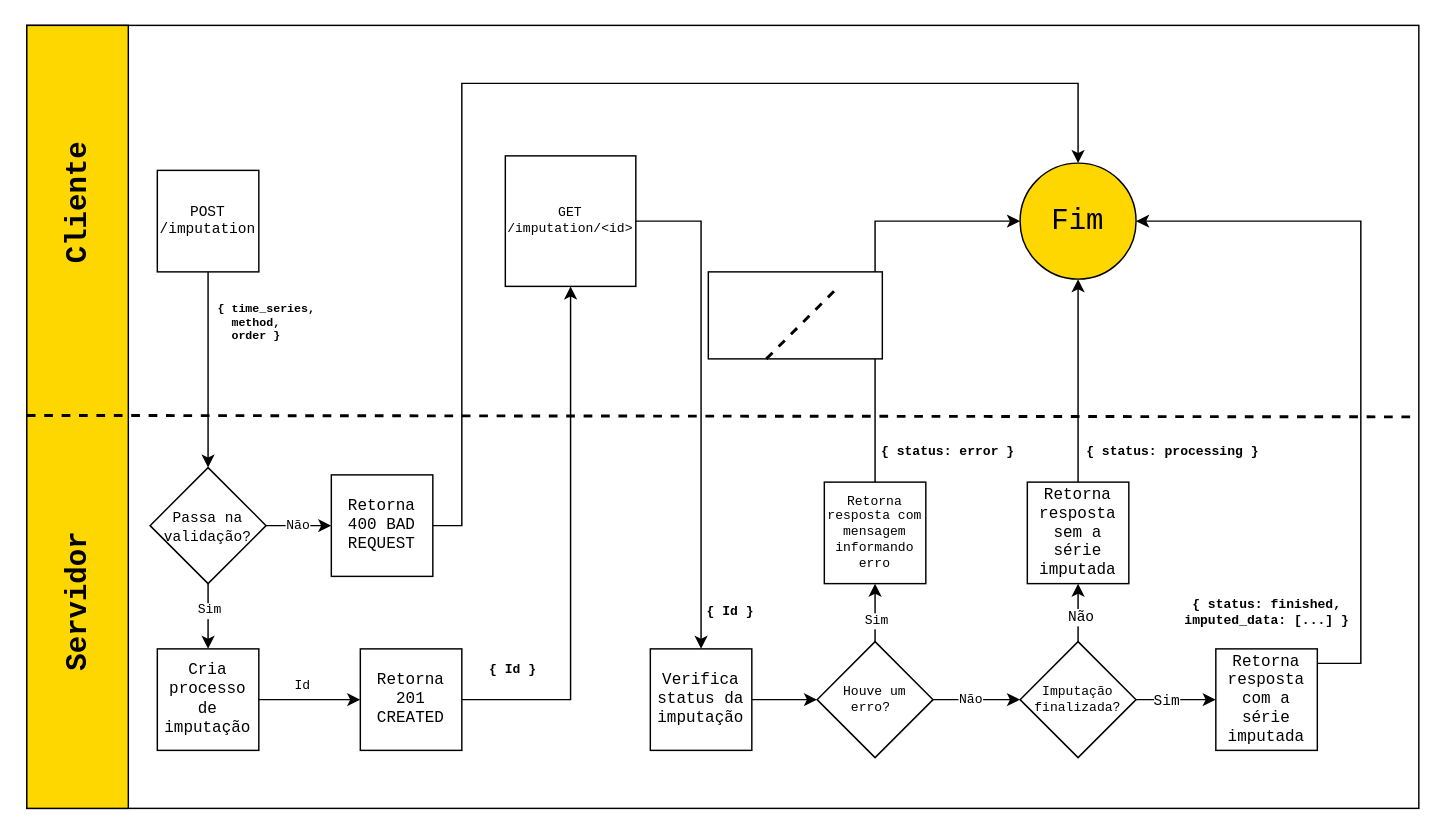
j-abreu/imputation-web-service keeps this draw.io diagram as images/Diagrama sem nome.drawio. Above is the earlier version. Source tidied: cells renumbered, new cells numbered last; positions are measured from the earlier drawing's top-left corner, leaving out a move shared by most shapes. Both pictures are drawn from the tidied source at 145%, with x=0, y=0 at pixel (-17, 25).
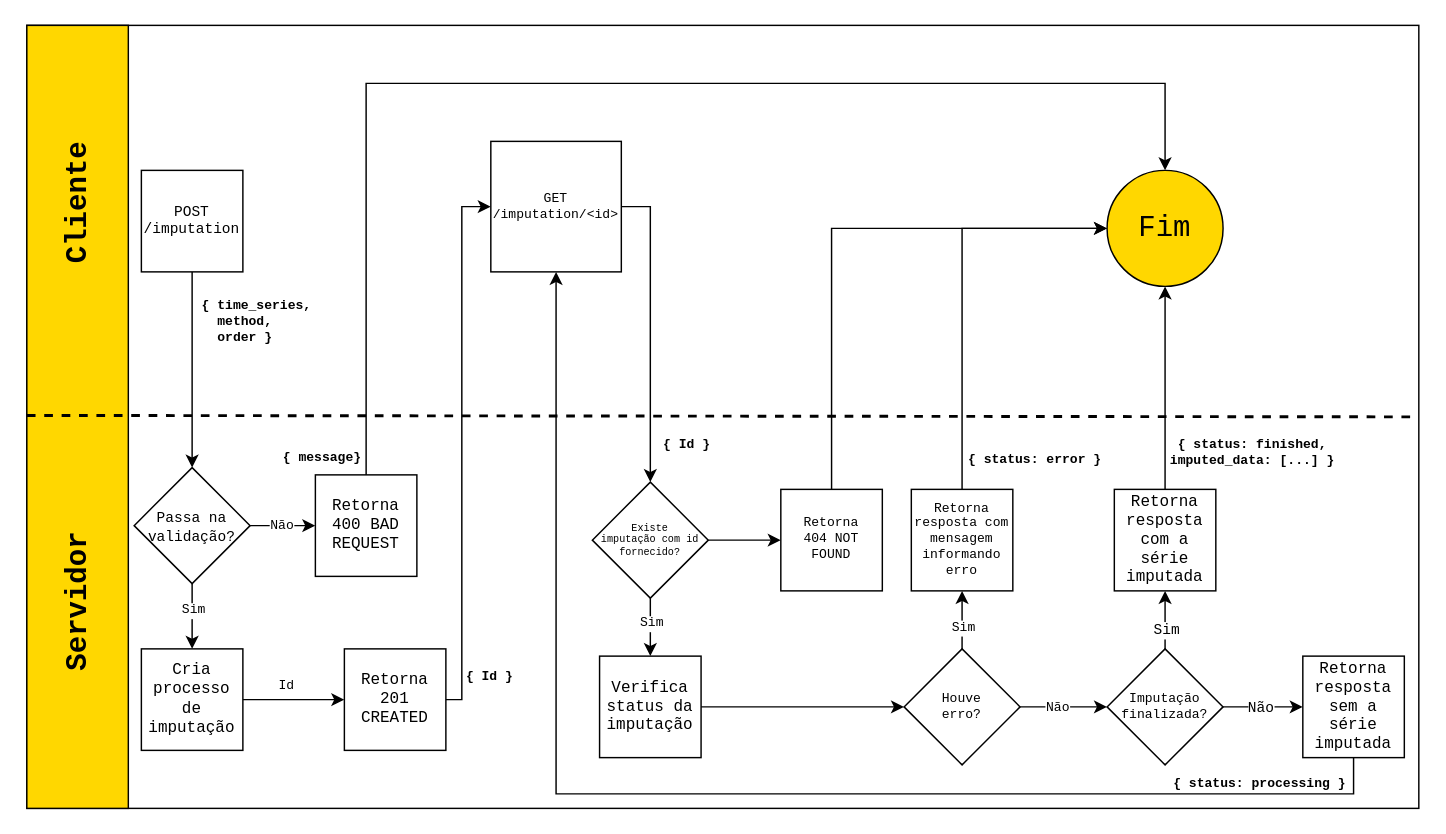
Above is the later version.

Change to the diagram source:
```diff
@@
-    <mxCell id="4" style="edgeStyle=orthogonalEdgeStyle;rounded=0;jettySize=auto;html=1;entryX=0.5;entryY=1;entryDx=0;entryDy=0;fontFamily=Courier New;fontSize=20;" parent="1" edge="1" source="5" target="20">
-      <mxGeometry relative="1" as="geometry" />
+    <mxCell id="4" style="edgeStyle=orthogonalEdgeStyle;rounded=0;jettySize=auto;html=1;entryX=0;entryY=0.5;entryDx=0;entryDy=0;strokeWidth=1;fontFamily=Courier New;fontSize=9;" parent="1" edge="1" source="5" target="20">
+      <mxGeometry relative="1" as="geometry">
+        <Array as="points">
+          <mxPoint x="330" y="465" />
+          <mxPoint x="330" y="125" />
+        </Array>
+      </mxGeometry>
     </mxCell>
     <mxCell id="5" value="Retorna 201 CREATED" style="whiteSpace=wrap;html=1;labelBackgroundColor=none;fontFamily=Courier New;fontSize=11;" parent="1" vertex="1">
-      <mxGeometry x="260" y="430" width="70" height="70" as="geometry" />
+      <mxGeometry x="249" y="430" width="70" height="70" as="geometry" />
     </mxCell>
@@
     <mxCell id="7" value="POST /imputation" style="whiteSpace=wrap;html=1;labelBackgroundColor=none;fontFamily=Courier New;fontSize=10;" parent="1" vertex="1">
-      <mxGeometry x="120" y="100" width="70" height="70" as="geometry" />
+      <mxGeometry x="109" y="100" width="70" height="70" as="geometry" />
     </mxCell>
@@
     <mxCell id="14" value="&lt;p style=&quot;line-height: 50%;&quot;&gt;&lt;font size=&quot;1&quot;&gt;Passa na validação?&lt;/font&gt;&lt;/p&gt;" style="rhombus;whiteSpace=wrap;html=1;labelBackgroundColor=none;fontFamily=Courier New;fontSize=20;fillColor=default;verticalAlign=middle;labelPosition=center;verticalLabelPosition=middle;align=center;spacing=0;" parent="1" vertex="1">
-      <mxGeometry x="115" y="305" width="80" height="80" as="geometry" />
+      <mxGeometry x="104" y="305" width="80" height="80" as="geometry" />
     </mxCell>
-    <mxCell id="15" value="{ time_series,&lt;br&gt;&amp;nbsp; method,&lt;br&gt;&amp;nbsp; order&amp;nbsp;&lt;span style=&quot;background-color: initial;&quot;&gt;}&lt;/span&gt;" style="text;html=1;strokeColor=none;fillColor=none;align=left;verticalAlign=middle;whiteSpace=wrap;rounded=0;labelBackgroundColor=none;fontFamily=Courier New;fontSize=8;fontStyle=1;" parent="1" vertex="1">
-      <mxGeometry x="160" y="190" width="90" height="30" as="geometry" />
+    <mxCell id="15" value="{ time_series,&lt;br style=&quot;font-size: 9px;&quot;&gt;&amp;nbsp; method,&lt;br style=&quot;font-size: 9px;&quot;&gt;&amp;nbsp; order&amp;nbsp;&lt;span style=&quot;background-color: initial; font-size: 9px;&quot;&gt;}&lt;/span&gt;" style="text;html=1;strokeColor=none;fillColor=none;align=left;verticalAlign=middle;whiteSpace=wrap;rounded=0;labelBackgroundColor=none;fontFamily=Courier New;fontSize=9;fontStyle=1;" parent="1" vertex="1">
+      <mxGeometry x="149" y="190" width="90" height="30" as="geometry" />
     </mxCell>
@@
     <mxCell id="18" value="&lt;font style=&quot;font-size: 11px;&quot;&gt;Cria processo de imputação&lt;/font&gt;" style="whiteSpace=wrap;html=1;labelBackgroundColor=none;fontFamily=Courier New;fontSize=11;fillColor=default;" parent="1" vertex="1">
-      <mxGeometry x="120" y="430" width="70" height="70" as="geometry" />
+      <mxGeometry x="109" y="430" width="70" height="70" as="geometry" />
     </mxCell>
-    <mxCell id="19" style="edgeStyle=orthogonalEdgeStyle;rounded=0;jettySize=auto;html=1;entryX=0.5;entryY=0;entryDx=0;entryDy=0;fontFamily=Courier New;fontSize=9;" parent="1" edge="1" source="20" target="22">
-      <mxGeometry relative="1" as="geometry" />
-    </mxCell>
+    <mxCell id="50" style="edgeStyle=orthogonalEdgeStyle;rounded=0;jettySize=auto;html=1;exitX=1;exitY=0.5;exitDx=0;exitDy=0;strokeWidth=1;fontFamily=Courier New;fontSize=9;entryX=0.5;entryY=0;entryDx=0;entryDy=0;" parent="1" edge="1" source="20" target="56">
+      <mxGeometry relative="1" as="geometry" />
+    </mxCell>
     <mxCell id="20" value="&lt;font style=&quot;font-size: 9px;&quot;&gt;GET /imputation/&amp;lt;id&amp;gt;&lt;/font&gt;" style="whiteSpace=wrap;html=1;labelBackgroundColor=none;fontFamily=Courier New;fontSize=8;fillColor=default;" parent="1" vertex="1">
-      <mxGeometry x="360" y="90" width="90" height="90" as="geometry" />
+      <mxGeometry x="350" y="80" width="90" height="90" as="geometry" />
     </mxCell>
-    <mxCell id="21" style="edgeStyle=orthogonalEdgeStyle;rounded=0;jettySize=auto;html=1;fontFamily=Courier New;fontSize=9;" parent="1" edge="1" source="22" target="28">
+    <mxCell id="21" style="edgeStyle=orthogonalEdgeStyle;rounded=0;jettySize=auto;html=1;fontFamily=Courier New;fontSize=9;exitX=1;exitY=0.5;exitDx=0;exitDy=0;" parent="1" edge="1" source="22" target="28">
       <mxGeometry relative="1" as="geometry" />
     </mxCell>
     <mxCell id="22" value="&lt;font style=&quot;font-size: 11px;&quot;&gt;Verifica status da imputação&lt;/font&gt;" style="whiteSpace=wrap;html=1;labelBackgroundColor=none;fontFamily=Courier New;fontSize=11;fillColor=default;" parent="1" vertex="1">
-      <mxGeometry x="460" y="430" width="70" height="70" as="geometry" />
+      <mxGeometry x="425" y="435" width="70" height="70" as="geometry" />
     </mxCell>
@@
-    <mxCell id="28" value="Houve um erro?&amp;nbsp;" style="rhombus;whiteSpace=wrap;html=1;labelBackgroundColor=none;fontFamily=Courier New;fontSize=9;fillColor=default;" parent="1" vertex="1">
-      <mxGeometry x="575" y="425" width="80" height="80" as="geometry" />
+    <mxCell id="28" value="Houve&lt;br&gt;erro?" style="rhombus;whiteSpace=wrap;html=1;labelBackgroundColor=none;fontFamily=Courier New;fontSize=9;fillColor=default;" parent="1" vertex="1">
+      <mxGeometry x="635" y="430" width="80" height="80" as="geometry" />
     </mxCell>
+    <mxCell id="31" style="edgeStyle=orthogonalEdgeStyle;rounded=0;jettySize=auto;html=1;entryX=0.5;entryY=1;entryDx=0;entryDy=0;strokeWidth=1;fontFamily=Courier New;fontSize=10;" parent="1" edge="1" source="33" target="39">
+      <mxGeometry relative="1" as="geometry">
+        <Array as="points">
+          <mxPoint x="815" y="415" />
+          <mxPoint x="815" y="415" />
+        </Array>
+      </mxGeometry>
+    </mxCell>
+    <mxCell id="32" value="Sim" style="edgeLabel;html=1;align=center;verticalAlign=middle;fontSize=10;fontFamily=Courier New;" parent="31" vertex="1">
+      <mxGeometry x="-0.31" relative="1" as="geometry" />
+    </mxCell>
-    <mxCell id="29" style="edgeStyle=orthogonalEdgeStyle;rounded=0;jettySize=auto;html=1;entryX=0.5;entryY=1;entryDx=0;entryDy=0;fontFamily=Courier New;fontSize=9;" parent="1" edge="1" source="33" target="37">
+    <mxCell id="29" style="edgeStyle=orthogonalEdgeStyle;rounded=0;jettySize=auto;html=1;entryX=0;entryY=0.5;entryDx=0;entryDy=0;strokeWidth=1;fontFamily=Courier New;fontSize=10;" parent="1" edge="1" source="33" target="37">
       <mxGeometry relative="1" as="geometry" />
     </mxCell>
     <mxCell id="30" value="Não" style="edgeLabel;html=1;align=center;verticalAlign=middle;fontSize=10;fontFamily=Courier New;" parent="29" vertex="1">
-      <mxGeometry x="-0.12" y="-1" relative="1" as="geometry" />
+      <mxGeometry x="-0.09" relative="1" as="geometry" />
     </mxCell>
-    <mxCell id="31" style="edgeStyle=orthogonalEdgeStyle;rounded=0;jettySize=auto;html=1;entryX=0;entryY=0.5;entryDx=0;entryDy=0;fontFamily=Courier New;fontSize=9;" parent="1" edge="1" source="33" target="39">
-      <mxGeometry relative="1" as="geometry" />
-    </mxCell>
-    <mxCell id="32" value="Sim" style="edgeLabel;html=1;align=center;verticalAlign=middle;fontSize=10;fontFamily=Courier New;" parent="31" vertex="1">
-      <mxGeometry x="-0.29" relative="1" as="geometry" />
-    </mxCell>
     <mxCell id="33" value="Imputação finalizada?" style="rhombus;whiteSpace=wrap;html=1;labelBackgroundColor=none;fontFamily=Courier New;fontSize=9;fillColor=default;" parent="1" vertex="1">
-      <mxGeometry x="715" y="425" width="80" height="80" as="geometry" />
+      <mxGeometry x="775" y="430" width="80" height="80" as="geometry" />
     </mxCell>
     <mxCell id="34" style="edgeStyle=orthogonalEdgeStyle;rounded=0;jettySize=auto;html=1;entryX=0;entryY=0.5;entryDx=0;entryDy=0;fontFamily=Courier New;fontSize=20;exitX=0.5;exitY=0;exitDx=0;exitDy=0;" parent="1" edge="1" source="35" target="47">
       <mxGeometry relative="1" as="geometry">
         <Array as="points">
-          <mxPoint x="615" y="135" />
+          <mxPoint x="675" y="140" />
         </Array>
       </mxGeometry>
     </mxCell>
     <mxCell id="35" value="Retorna resposta com mensagem informando erro" style="whiteSpace=wrap;html=1;labelBackgroundColor=none;fontFamily=Courier New;fontSize=9;fillColor=default;" parent="1" vertex="1">
-      <mxGeometry x="580" y="315" width="70" height="70" as="geometry" />
+      <mxGeometry x="640" y="320" width="70" height="70" as="geometry" />
     </mxCell>
-    <mxCell id="36" style="edgeStyle=orthogonalEdgeStyle;rounded=0;jettySize=auto;html=1;fontFamily=Courier New;fontSize=9;entryX=0.5;entryY=1;entryDx=0;entryDy=0;" parent="1" edge="1" source="37" target="47">
-      <mxGeometry relative="1" as="geometry" />
-    </mxCell>
+    <mxCell id="51" style="edgeStyle=orthogonalEdgeStyle;rounded=0;jettySize=auto;html=1;entryX=0.5;entryY=1;entryDx=0;entryDy=0;strokeWidth=1;fontFamily=Courier New;fontSize=10;" parent="1" edge="1" source="37" target="20">
+      <mxGeometry relative="1" as="geometry">
+        <Array as="points">
+          <mxPoint x="885" y="530" />
+          <mxPoint x="425" y="530" />
+        </Array>
+      </mxGeometry>
+    </mxCell>
     <mxCell id="37" value="Retorna resposta sem a série imputada" style="whiteSpace=wrap;html=1;labelBackgroundColor=none;fontFamily=Courier New;fontSize=11;fillColor=default;" parent="1" vertex="1">
-      <mxGeometry x="720" y="315" width="70" height="70" as="geometry" />
+      <mxGeometry x="910" y="435" width="70" height="70" as="geometry" />
     </mxCell>
-    <mxCell id="38" style="edgeStyle=orthogonalEdgeStyle;rounded=0;jettySize=auto;html=1;fontFamily=Courier New;fontSize=9;entryX=1;entryY=0.5;entryDx=0;entryDy=0;" parent="1" edge="1" source="39" target="47">
-      <mxGeometry relative="1" as="geometry">
-        <Array as="points">
-          <mxPoint x="950" y="440" />
-          <mxPoint x="950" y="135" />
-        </Array>
-      </mxGeometry>
+    <mxCell id="38" style="edgeStyle=orthogonalEdgeStyle;rounded=0;jettySize=auto;html=1;entryX=0.5;entryY=1;entryDx=0;entryDy=0;strokeWidth=1;fontFamily=Courier New;fontSize=10;" parent="1" edge="1" source="39" target="47">
+      <mxGeometry relative="1" as="geometry" />
     </mxCell>
     <mxCell id="39" value="Retorna resposta com a série imputada" style="whiteSpace=wrap;html=1;labelBackgroundColor=none;fontFamily=Courier New;fontSize=11;fillColor=default;" parent="1" vertex="1">
-      <mxGeometry x="850" y="430" width="70" height="70" as="geometry" />
+      <mxGeometry x="780" y="320" width="70" height="70" as="geometry" />
     </mxCell>
-    <mxCell id="40" style="edgeStyle=orthogonalEdgeStyle;rounded=0;jettySize=auto;html=1;fontFamily=Courier New;fontSize=20;entryX=0.5;entryY=0;entryDx=0;entryDy=0;exitX=1;exitY=0.5;exitDx=0;exitDy=0;" parent="1" edge="1" source="41" target="47">
+    <mxCell id="40" style="edgeStyle=orthogonalEdgeStyle;rounded=0;jettySize=auto;html=1;fontFamily=Courier New;fontSize=20;entryX=0.5;entryY=0;entryDx=0;entryDy=0;exitX=0.5;exitY=0;exitDx=0;exitDy=0;" parent="1" edge="1" source="41" target="47">
       <mxGeometry relative="1" as="geometry">
         <Array as="points">
-          <mxPoint x="330" y="345" />
-          <mxPoint x="330" y="40" />
-          <mxPoint x="755" y="40" />
+          <mxPoint x="264" y="40" />
+          <mxPoint x="815" y="40" />
         </Array>
       </mxGeometry>
     </mxCell>
     <mxCell id="41" value="Retorna 400 BAD REQUEST" style="whiteSpace=wrap;html=1;labelBackgroundColor=none;fontFamily=Courier New;fontSize=11;" parent="1" vertex="1">
-      <mxGeometry x="240" y="310" width="70" height="70" as="geometry" />
+      <mxGeometry x="229" y="310" width="70" height="70" as="geometry" />
     </mxCell>
-    <mxCell id="42" value="&lt;b&gt;{ Id }&lt;/b&gt;" style="text;html=1;align=center;verticalAlign=middle;strokeColor=none;fillColor=none;fontSize=9;fontFamily=Courier New;spacing=0;" parent="1" vertex="1">
-      <mxGeometry x="340" y="435" width="50" height="20" as="geometry" />
+    <mxCell id="42" value="&lt;b style=&quot;font-size: 9px;&quot;&gt;{ Id }&lt;/b&gt;" style="text;html=1;align=center;verticalAlign=middle;strokeColor=none;fillColor=none;fontSize=9;fontFamily=Courier New;spacing=0;" parent="1" vertex="1">
+      <mxGeometry x="324" y="440" width="50" height="20" as="geometry" />
     </mxCell>
     <mxCell id="43" value="&lt;b&gt;{ Id }&lt;/b&gt;" style="text;html=1;align=center;verticalAlign=middle;strokeColor=none;fillColor=none;fontSize=9;fontFamily=Courier New;spacing=0;" parent="1" vertex="1">
-      <mxGeometry x="490" y="395" width="50" height="20" as="geometry" />
+      <mxGeometry x="460" y="280" width="50" height="20" as="geometry" />
     </mxCell>
     <mxCell id="44" value="&lt;b&gt;{ status: error }&lt;/b&gt;" style="text;html=1;align=center;verticalAlign=middle;strokeColor=none;fillColor=none;fontSize=9;fontFamily=Courier New;spacing=0;" parent="1" vertex="1">
-      <mxGeometry x="610" y="285" width="110" height="20" as="geometry" />
+      <mxGeometry x="670" y="290" width="110" height="20" as="geometry" />
     </mxCell>
     <mxCell id="45" value="&lt;b&gt;{ status: processing }&lt;/b&gt;" style="text;html=1;align=center;verticalAlign=middle;strokeColor=none;fillColor=none;fontSize=9;fontFamily=Courier New;spacing=0;" parent="1" vertex="1">
-      <mxGeometry x="750" y="285" width="140" height="20" as="geometry" />
+      <mxGeometry x="810" y="514" width="140" height="20" as="geometry" />
     </mxCell>
     <mxCell id="46" value="&lt;b&gt;{ status: finished,&lt;br&gt;imputed_data: [...] }&lt;/b&gt;" style="text;html=1;align=center;verticalAlign=middle;strokeColor=none;fillColor=none;fontSize=9;fontFamily=Courier New;spacing=0;" parent="1" vertex="1">
-      <mxGeometry x="820" y="390" width="130" height="30" as="geometry" />
+      <mxGeometry x="810" y="280" width="130" height="30" as="geometry" />
     </mxCell>
     <mxCell id="47" value="Fim" style="ellipse;whiteSpace=wrap;html=1;labelBackgroundColor=none;fontFamily=Courier New;fontSize=20;fillColor=#FFD700;strokeColor=#000000;" parent="1" vertex="1">
-      <mxGeometry x="715" y="95" width="80" height="80" as="geometry" />
+      <mxGeometry x="775" y="100" width="80" height="80" as="geometry" />
     </mxCell>
-    <mxCell id="48" style="rounded=0;whiteSpace=wrap;html=1;labelBackgroundColor=none;fontFamily=Courier New;fontSize=10;fillColor=default;" parent="1" vertex="1">
-      <mxGeometry x="500" y="170" width="120" height="60" as="geometry" />
-    </mxCell>
-    <mxCell id="49" style="endArrow=none;html=1;rounded=0;dashed=1;strokeWidth=2;fontFamily=Courier New;fontSize=10;" parent="1" edge="1">
-      <mxGeometry relative="1" as="geometry">
-        <mxPoint x="540" y="230" as="sourcePoint" />
-        <mxPoint x="590" y="180" as="targetPoint" />
-      </mxGeometry>
-    </mxCell>
+    <mxCell id="52" value="{ message&lt;span style=&quot;background-color: initial; font-size: 9px;&quot;&gt;}&lt;/span&gt;" style="text;html=1;strokeColor=none;fillColor=none;align=left;verticalAlign=middle;whiteSpace=wrap;rounded=0;labelBackgroundColor=none;fontFamily=Courier New;fontSize=9;fontStyle=1;" parent="1" vertex="1">
+      <mxGeometry x="205" y="284" width="60" height="30" as="geometry" />
+    </mxCell>
+    <mxCell id="53" style="edgeStyle=orthogonalEdgeStyle;rounded=0;jettySize=auto;html=1;entryX=0.5;entryY=0;entryDx=0;entryDy=0;strokeWidth=1;fontFamily=Courier New;fontSize=9;exitX=0.5;exitY=1;exitDx=0;exitDy=0;" parent="1" edge="1" source="56" target="22">
+      <mxGeometry relative="1" as="geometry" />
+    </mxCell>
+    <mxCell id="54" value="Sim" style="edgeLabel;html=1;align=center;verticalAlign=middle;fontSize=9;fontFamily=Courier New;" parent="53" vertex="1">
+      <mxGeometry x="-0.17" relative="1" as="geometry" />
+    </mxCell>
+    <mxCell id="55" style="edgeStyle=orthogonalEdgeStyle;rounded=0;jettySize=auto;html=1;entryX=0;entryY=0.5;entryDx=0;entryDy=0;strokeWidth=1;fontFamily=Courier New;fontSize=9;" parent="1" edge="1" source="56" target="58">
+      <mxGeometry relative="1" as="geometry" />
+    </mxCell>
+    <mxCell id="56" value="Existe&lt;br style=&quot;font-size: 7px;&quot;&gt;imputação com id fornecido?" style="rhombus;whiteSpace=wrap;html=1;labelBackgroundColor=none;strokeColor=#000000;fontFamily=Courier New;fontSize=7;fillColor=none;" parent="1" vertex="1">
+      <mxGeometry x="420" y="315" width="80" height="80" as="geometry" />
+    </mxCell>
+    <mxCell id="57" style="edgeStyle=orthogonalEdgeStyle;rounded=0;jettySize=auto;html=1;entryX=0;entryY=0.5;entryDx=0;entryDy=0;strokeWidth=1;fontFamily=Courier New;fontSize=9;exitX=0.5;exitY=0;exitDx=0;exitDy=0;" parent="1" edge="1" source="58" target="47">
+      <mxGeometry relative="1" as="geometry" />
+    </mxCell>
+    <mxCell id="58" value="Retorna&lt;br&gt;404 NOT FOUND" style="whiteSpace=wrap;html=1;labelBackgroundColor=none;strokeColor=#000000;fontFamily=Courier New;fontSize=9;fillColor=none;" parent="1" vertex="1">
+      <mxGeometry x="550" y="320" width="70" height="70" as="geometry" />
+    </mxCell>
```
